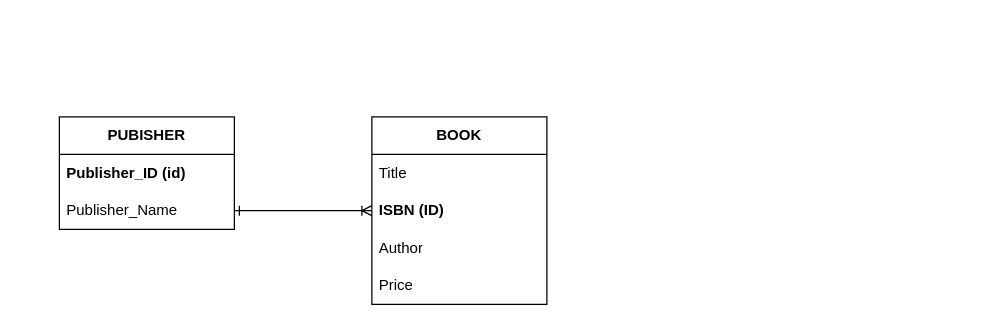
This is Jan29.drawio from robeeds/is380-drawio, a draw.io file, before an edit. Source tidied: cells renumbered, new cells numbered last; positions are measured from the earlier drawing's top-left corner, leaving out a move shared by most shapes. Both pictures are drawn from the tidied source at 125%, with x=0, y=0 at pixel (59, 116).
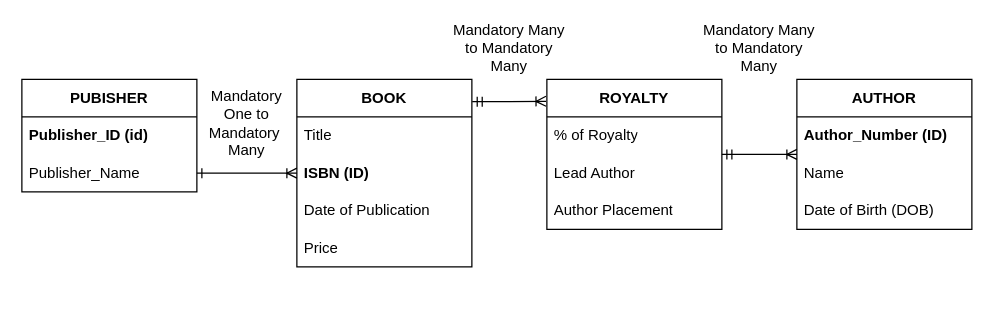
After the change.

Diff of the diagram source:
```diff
@@
     <mxCell id="2" value="&lt;b&gt;PUBISHER&lt;/b&gt;" style="swimlane;fontStyle=0;horizontal=1;startSize=30;whiteSpace=wrap;html=1;" parent="1" vertex="1">
-      <mxGeometry width="140" height="90" as="geometry" />
+      <mxGeometry x="-30" y="-30" width="140" height="90" as="geometry" />
     </mxCell>
@@
     <mxCell id="5" value="&lt;b&gt;BOOK&lt;/b&gt;" style="swimlane;fontStyle=0;horizontal=1;startSize=30;whiteSpace=wrap;html=1;" parent="1" vertex="1">
-      <mxGeometry x="250" width="140" height="150" as="geometry" />
+      <mxGeometry x="190" y="-30" width="140" height="150" as="geometry" />
     </mxCell>
@@
-    <mxCell id="8" value="Author" style="text;strokeColor=none;fillColor=none;align=left;verticalAlign=middle;spacingLeft=4;spacingRight=4;overflow=hidden;whiteSpace=wrap;html=1;" parent="5" vertex="1">
+    <mxCell id="8" value="Date of Publication" style="text;strokeColor=none;fillColor=none;align=left;verticalAlign=middle;spacingLeft=4;spacingRight=4;overflow=hidden;whiteSpace=wrap;html=1;" parent="5" vertex="1">
       <mxGeometry y="90" width="140" height="30" as="geometry" />
     </mxCell>
@@
+    <mxCell id="11" value="&lt;b&gt;AUTHOR&lt;/b&gt;" style="swimlane;fontStyle=0;horizontal=1;startSize=30;whiteSpace=wrap;html=1;" parent="1" vertex="1">
+      <mxGeometry x="590" y="-30" width="140" height="120" as="geometry" />
+    </mxCell>
+    <mxCell id="12" value="&lt;b&gt;Author_Number (ID)&lt;/b&gt;" style="text;strokeColor=none;fillColor=none;align=left;verticalAlign=middle;spacingLeft=4;spacingRight=4;overflow=hidden;whiteSpace=wrap;html=1;" parent="11" vertex="1">
+      <mxGeometry y="30" width="140" height="30" as="geometry" />
+    </mxCell>
+    <mxCell id="13" value="Name" style="text;strokeColor=none;fillColor=none;align=left;verticalAlign=middle;spacingLeft=4;spacingRight=4;overflow=hidden;whiteSpace=wrap;html=1;" parent="11" vertex="1">
+      <mxGeometry y="60" width="140" height="30" as="geometry" />
+    </mxCell>
+    <mxCell id="14" value="Date of Birth (DOB)" style="text;strokeColor=none;fillColor=none;align=left;verticalAlign=middle;spacingLeft=4;spacingRight=4;overflow=hidden;whiteSpace=wrap;html=1;" parent="11" vertex="1">
+      <mxGeometry y="90" width="140" height="30" as="geometry" />
+    </mxCell>
+    <mxCell id="15" style="edgeStyle=orthogonalEdgeStyle;rounded=0;jettySize=auto;html=1;exitX=1.002;exitY=0.119;exitDx=0;exitDy=0;endArrow=ERoneToMany;startFill=0;endFill=0;entryX=-0.005;entryY=0.146;entryDx=0;entryDy=0;entryPerimeter=0;startArrow=ERmandOne;exitPerimeter=0;" parent="1" edge="1" source="5" target="18">
+      <mxGeometry relative="1" as="geometry" />
+    </mxCell>
+    <mxCell id="16" value="Mandatory One to Mandatory&amp;nbsp;&lt;div&gt;&lt;span style=&quot;background-color: transparent; color: light-dark(rgb(0, 0, 0), rgb(255, 255, 255));&quot;&gt;Many&lt;/span&gt;&lt;/div&gt;" style="text;strokeColor=none;align=center;fillColor=none;html=1;verticalAlign=middle;whiteSpace=wrap;rounded=0;" parent="1" vertex="1">
+      <mxGeometry x="120" y="-10" width="60" height="30" as="geometry" />
+    </mxCell>
+    <mxCell id="17" value="Mandatory&lt;span style=&quot;background-color: transparent; color: light-dark(rgb(0, 0, 0), rgb(255, 255, 255));&quot;&gt;&amp;nbsp;Many to Mandatory Many&lt;/span&gt;" style="text;html=1;align=center;verticalAlign=middle;whiteSpace=wrap;rounded=0;" parent="1" vertex="1">
+      <mxGeometry x="330" y="-70" width="60" height="30" as="geometry" />
+    </mxCell>
+    <mxCell id="18" value="&lt;b&gt;ROYALTY&lt;/b&gt;" style="swimlane;fontStyle=0;horizontal=1;startSize=30;whiteSpace=wrap;html=1;" parent="1" vertex="1">
+      <mxGeometry x="390" y="-30" width="140" height="120" as="geometry" />
+    </mxCell>
+    <mxCell id="19" value="% of Royalty" style="text;strokeColor=none;fillColor=none;align=left;verticalAlign=middle;spacingLeft=4;spacingRight=4;overflow=hidden;whiteSpace=wrap;html=1;" parent="18" vertex="1">
+      <mxGeometry y="30" width="140" height="30" as="geometry" />
+    </mxCell>
+    <mxCell id="20" value="Lead Author" style="text;strokeColor=none;fillColor=none;align=left;verticalAlign=middle;spacingLeft=4;spacingRight=4;overflow=hidden;whiteSpace=wrap;html=1;" parent="18" vertex="1">
+      <mxGeometry y="60" width="140" height="30" as="geometry" />
+    </mxCell>
+    <mxCell id="21" value="Author Placement" style="text;strokeColor=none;fillColor=none;align=left;verticalAlign=middle;spacingLeft=4;spacingRight=4;overflow=hidden;whiteSpace=wrap;html=1;" parent="18" vertex="1">
+      <mxGeometry y="90" width="140" height="30" as="geometry" />
+    </mxCell>
+    <mxCell id="22" value="Mandatory&lt;span style=&quot;background-color: transparent; color: light-dark(rgb(0, 0, 0), rgb(255, 255, 255));&quot;&gt;&amp;nbsp;Many to Mandatory Many&lt;/span&gt;" style="text;html=1;align=center;verticalAlign=middle;whiteSpace=wrap;rounded=0;" parent="1" vertex="1">
+      <mxGeometry x="530" y="-70" width="60" height="30" as="geometry" />
+    </mxCell>
+    <mxCell id="23" style="edgeStyle=orthogonalEdgeStyle;rounded=0;jettySize=auto;html=1;endArrow=ERoneToMany;startFill=0;endFill=0;startArrow=ERmandOne;" parent="1" edge="1" source="18" target="11">
+      <mxGeometry relative="1" as="geometry" />
+    </mxCell>
```
